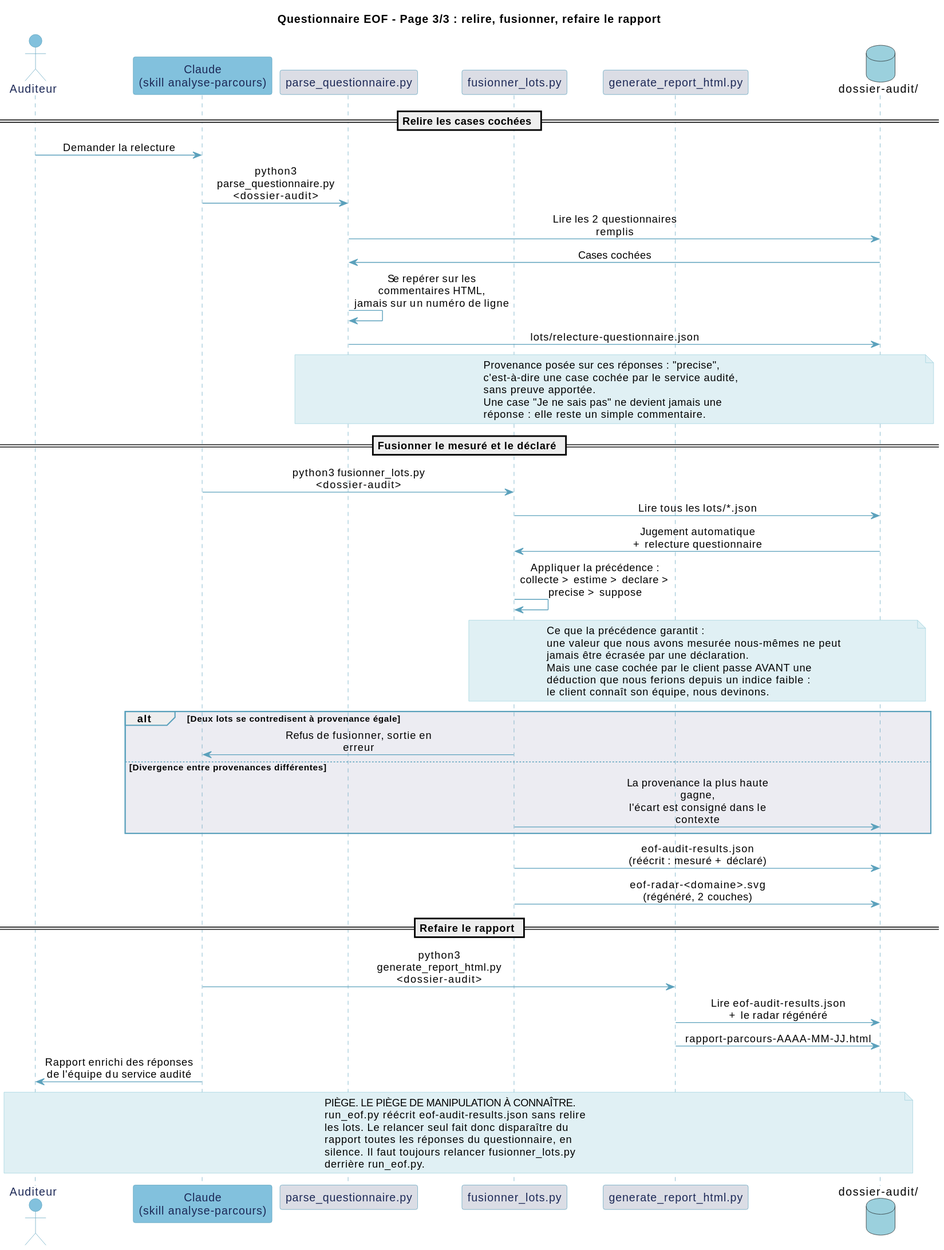
Earlier version of the PlantUML export documentation/diagrammes/eof-questionnaire-sequence-p3.svg (Boavizta/eroom). Its diagram source:
```plantuml
@startuml
title Questionnaire EOF - Page 3/3 : relire, fusionner, refaire le rapport

skinparam backgroundColor #FFFFFF
skinparam participant {
  BackgroundColor #E0F0F4
  BorderColor #5BA1BC
  FontColor #1C2856
}
skinparam actor {
  BackgroundColor #E0F0F4
  BorderColor #5BA1BC
  FontColor #1C2856
}
skinparam ArrowColor #5BA1BC
skinparam SequenceLifeLineBorderColor #5BA1BC
skinparam SequenceGroupBodyBackgroundColor #ECECF2
skinparam SequenceGroupBorderColor #5BA1BC
skinparam NoteBackgroundColor #E0F0F4
skinparam NoteBorderColor #9BD0DD
skinparam sequenceMessageAlign center
skinparam maxMessageSize 200
skinparam responseMessageBelowArrow true

actor "Auditeur" as U #82C1DD
participant "Claude\n(skill analyse-parcours)" as C #82C1DD
participant "parse_questionnaire.py" as PQ #DBDDE5
participant "fusionner_lots.py" as FL #DBDDE5
participant "generate_report_html.py" as GR #DBDDE5
database "dossier-audit/" as FS #9BD0DD

== Relire les cases cochées ==

U -> C : Demander la relecture
C -> PQ : python3 parse_questionnaire.py <dossier-audit>
PQ -> FS : Lire les 2 questionnaires remplis
FS -> PQ : Cases cochées
PQ -> PQ : Se repérer sur les commentaires HTML,\njamais sur un numéro de ligne
PQ -> FS : lots/relecture-questionnaire.json

note over PQ, FS
  Provenance posée sur ces réponses : "precise",
  c'est-à-dire une case cochée par le service audité,
  sans preuve apportée.
  Une case "Je ne sais pas" ne devient jamais une
  réponse : elle reste un simple commentaire.
end note

== Fusionner le mesuré et le déclaré ==

C -> FL : python3 fusionner_lots.py <dossier-audit>
FL -> FS : Lire tous les lots/*.json
FS -> FL : Jugement automatique\n+ relecture questionnaire
FL -> FL : Appliquer la précédence :\ncollecte > estime > declare > precise > suppose

note over FL, FS
  Ce que la précédence garantit :
  une valeur que nous avons mesurée nous-mêmes ne peut
  jamais être écrasée par une déclaration.
  Mais une case cochée par le client passe AVANT une
  déduction que nous ferions depuis un indice faible :
  le client connaît son équipe, nous devinons.
end note

alt Deux lots se contredisent à provenance égale
  FL -> C : Refus de fusionner, sortie en erreur
else Divergence entre provenances différentes
  FL -> FS : La provenance la plus haute gagne,\nl'écart est consigné dans le contexte
end

FL -> FS : eof-audit-results.json\n(réécrit : mesuré + déclaré)
FL -> FS : eof-radar-<domaine>.svg\n(régénéré, 2 couches)

== Refaire le rapport ==

C -> GR : python3 generate_report_html.py <dossier-audit>
GR -> FS : Lire eof-audit-results.json\n+ le radar régénéré
GR -> FS : rapport-parcours-AAAA-MM-JJ.html
C -> U : Rapport enrichi des réponses\nde l'équipe du service audité

note over U, FS
  PIÈGE. LE PIÈGE DE MANIPULATION À CONNAÎTRE.
  run_eof.py réécrit eof-audit-results.json sans relire
  les lots. Le relancer seul fait donc disparaître du
  rapport toutes les réponses du questionnaire, en
  silence. Il faut toujours relancer fusionner_lots.py
  derrière run_eof.py.
end note
@enduml
```
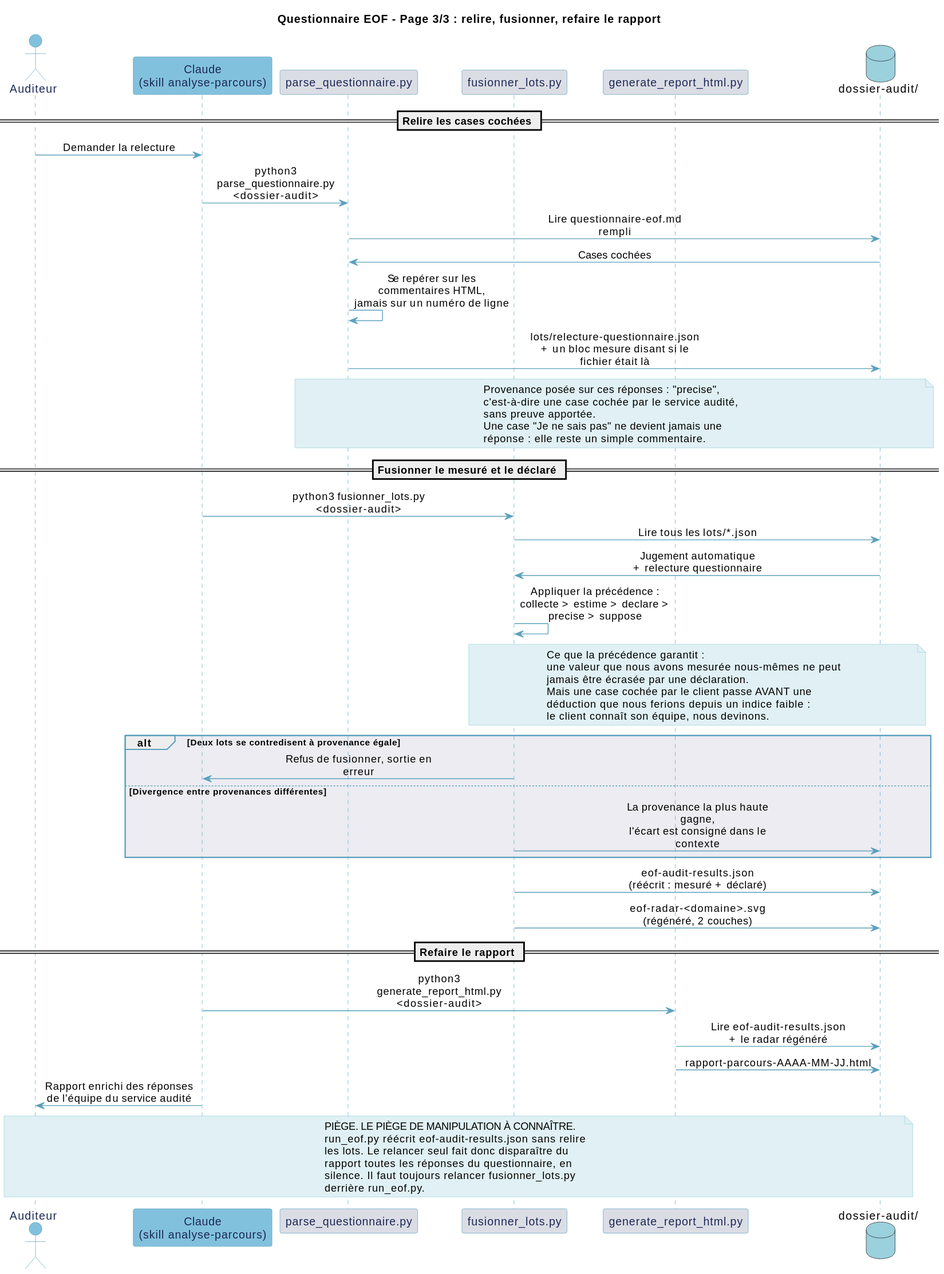
After the change.

Commit message:
docs(diagrammes): le circuit dessine ne parle plus de deux fichiers

The edit, as a diff of the source:
```diff
@@ -33,10 +33,10 @@
 
 U -> C : Demander la relecture
 C -> PQ : python3 parse_questionnaire.py <dossier-audit>
-PQ -> FS : Lire les 2 questionnaires remplis
+PQ -> FS : Lire questionnaire-eof.md rempli
 FS -> PQ : Cases cochées
 PQ -> PQ : Se repérer sur les commentaires HTML,\njamais sur un numéro de ligne
-PQ -> FS : lots/relecture-questionnaire.json
+PQ -> FS : lots/relecture-questionnaire.json\n+ un bloc mesure disant si le fichier était là
 
 note over PQ, FS
   Provenance posée sur ces réponses : "precise",
```
